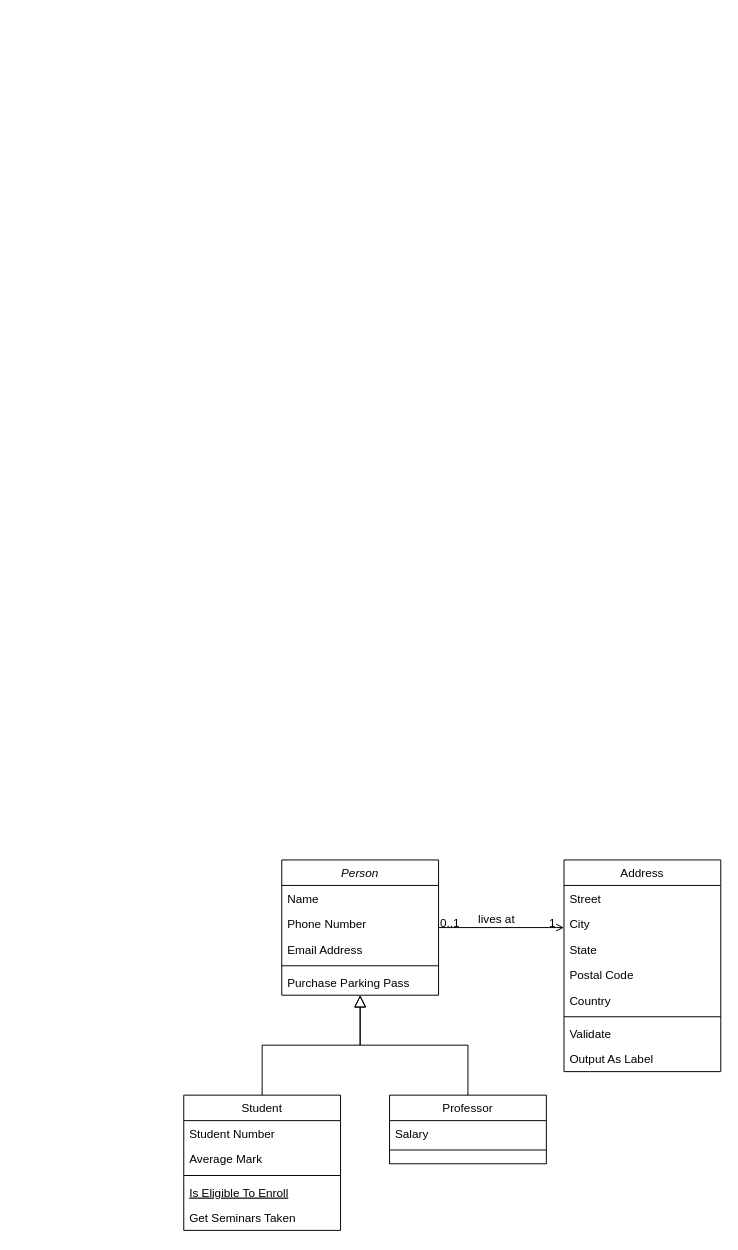
Before: Planet C.drawio in jodz4k/UML-diagrams, a draw.io diagram. Source tidied: cells renumbered, new cells numbered last; positions are measured from the earlier drawing's top-left corner, leaving out a move shared by most shapes. Both pictures are drawn from the tidied source at 98%, with x=0, y=0 at pixel (183, 859).
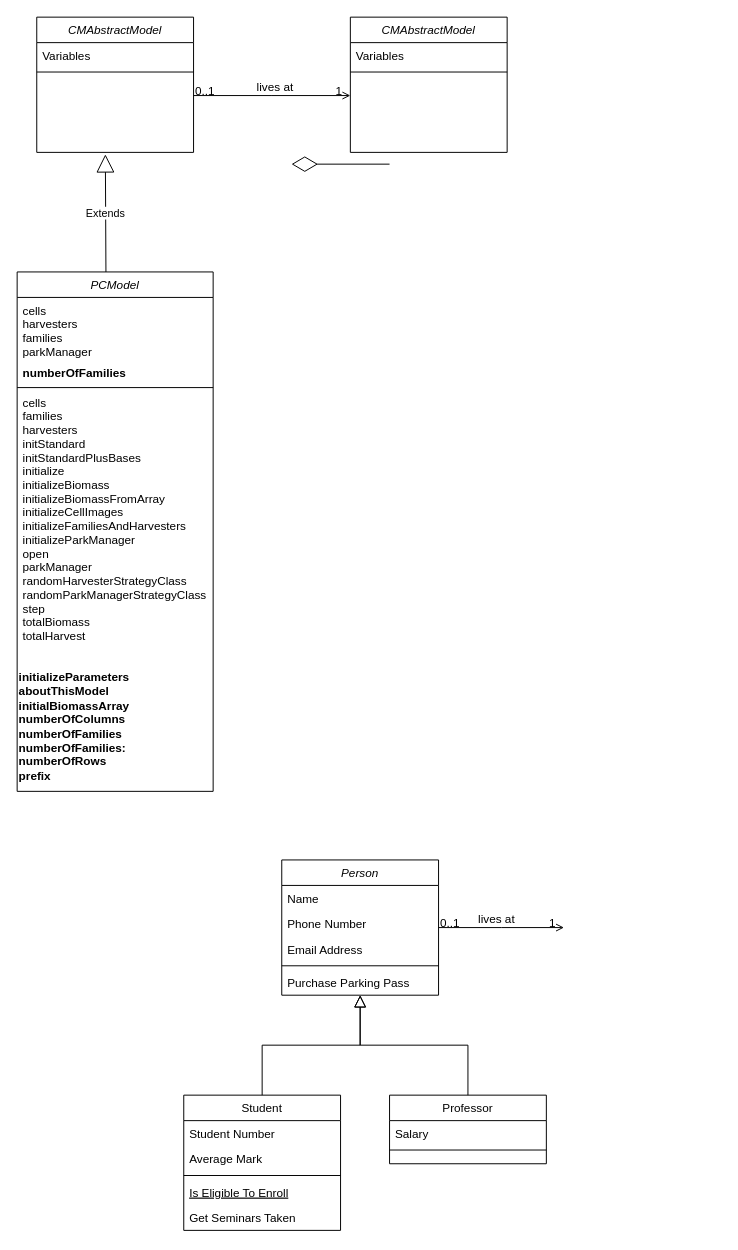
The same page after the edit.

Unchanged cells that the change refers to:
```xml
<mxCell id="2" value="Person" style="swimlane;fontStyle=2;align=center;verticalAlign=top;horizontal=1;startSize=26;rounded=0;shadow=0;strokeWidth=1;" parent="1" vertex="1">
  <mxGeometry x="100" width="160" height="138" as="geometry" />
</mxCell>
```

The edit, as a diff of the source:
```diff
@@
-    <mxCell id="19" value="Address" style="swimlane;fontStyle=0;align=center;verticalAlign=top;horizontal=1;startSize=26;rounded=0;shadow=0;strokeWidth=1;" parent="1" vertex="1">
-      <mxGeometry x="388" width="160" height="216" as="geometry" />
-    </mxCell>
-    <mxCell id="20" value="Street" style="text;align=left;verticalAlign=top;spacingLeft=4;spacingRight=4;overflow=hidden;" parent="19" vertex="1">
-      <mxGeometry y="26" width="160" height="26" as="geometry" />
-    </mxCell>
-    <mxCell id="21" value="City" style="text;align=left;verticalAlign=top;spacingLeft=4;spacingRight=4;overflow=hidden;rounded=0;shadow=0;html=0;" parent="19" vertex="1">
-      <mxGeometry y="52" width="160" height="26" as="geometry" />
-    </mxCell>
-    <mxCell id="22" value="State" style="text;align=left;verticalAlign=top;spacingLeft=4;spacingRight=4;overflow=hidden;rounded=0;shadow=0;html=0;" parent="19" vertex="1">
-      <mxGeometry y="78" width="160" height="26" as="geometry" />
-    </mxCell>
-    <mxCell id="23" value="Postal Code" style="text;align=left;verticalAlign=top;spacingLeft=4;spacingRight=4;overflow=hidden;rounded=0;shadow=0;html=0;" parent="19" vertex="1">
-      <mxGeometry y="104" width="160" height="26" as="geometry" />
-    </mxCell>
-    <mxCell id="24" value="Country" style="text;align=left;verticalAlign=top;spacingLeft=4;spacingRight=4;overflow=hidden;rounded=0;shadow=0;html=0;" parent="19" vertex="1">
-      <mxGeometry y="130" width="160" height="26" as="geometry" />
-    </mxCell>
-    <mxCell id="25" style="line;html=1;strokeWidth=1;align=left;verticalAlign=middle;spacingTop=-1;spacingLeft=3;spacingRight=3;labelPosition=right;" parent="19" vertex="1">
-      <mxGeometry y="156" width="160" height="8" as="geometry" />
-    </mxCell>
-    <mxCell id="26" value="Validate" style="text;align=left;verticalAlign=top;spacingLeft=4;spacingRight=4;overflow=hidden;" parent="19" vertex="1">
-      <mxGeometry y="164" width="160" height="26" as="geometry" />
-    </mxCell>
-    <mxCell id="27" value="Output As Label" style="text;align=left;verticalAlign=top;spacingLeft=4;spacingRight=4;overflow=hidden;" parent="19" vertex="1">
-      <mxGeometry y="190" width="160" height="26" as="geometry" />
-    </mxCell>
-    <mxCell id="28" style="endArrow=open;shadow=0;strokeWidth=1;rounded=0;curved=0;endFill=1;edgeStyle=elbowEdgeStyle;elbow=vertical;" parent="1" edge="1" source="2" target="19">
+    <mxCell id="28" style="endArrow=open;shadow=0;strokeWidth=1;rounded=0;curved=0;endFill=1;edgeStyle=elbowEdgeStyle;elbow=vertical;" parent="1" edge="1" source="2">
       <mxGeometry x="0.5" y="41" relative="1" as="geometry">
+        <mxPoint x="388" y="69" as="targetPoint" />
         <mxPoint x="-40" y="32" as="offset" />
       </mxGeometry>
     </mxCell>
@@
+    <mxCell id="32" value="PCModel" style="swimlane;fontStyle=2;align=center;verticalAlign=top;horizontal=1;startSize=26;rounded=0;shadow=0;strokeWidth=1;" parent="1" vertex="1">
+      <mxGeometry x="-170" y="-600" width="200" height="530" as="geometry" />
+    </mxCell>
+    <mxCell id="33" value="cells&#10;harvesters&#10;families&#10;parkManager&#10;" style="text;align=left;verticalAlign=top;spacingLeft=4;spacingRight=4;overflow=hidden;" parent="32" vertex="1">
+      <mxGeometry y="26" width="200" height="64" as="geometry" />
+    </mxCell>
+    <mxCell id="34" value="numberOfFamilies" style="text;align=left;verticalAlign=top;spacingLeft=4;spacingRight=4;overflow=hidden;rounded=0;shadow=0;html=0;fontStyle=1;" parent="32" vertex="1">
+      <mxGeometry y="90" width="200" height="26" as="geometry" />
+    </mxCell>
+    <mxCell id="35" style="line;html=1;strokeWidth=1;align=left;verticalAlign=middle;spacingTop=-1;spacingLeft=3;spacingRight=3;labelPosition=right;" parent="32" vertex="1">
+      <mxGeometry y="116" width="200" height="4" as="geometry" />
+    </mxCell>
+    <mxCell id="36" value="cells &#10;families&#10;harvesters&#10;initStandard&#10;initStandardPlusBases&#10;initialize&#10;initializeBiomass&#10;initializeBiomassFromArray&#10;initializeCellImages&#10;initializeFamiliesAndHarvesters&#10;initializeParkManager&#10;open&#10;parkManager&#10;randomHarvesterStrategyClass&#10;randomParkManagerStrategyClass&#10;step&#10;totalBiomass&#10;totalHarvest&#10;&#10;" style="text;align=left;verticalAlign=top;spacingLeft=4;spacingRight=4;overflow=hidden;points=[[0,0.5],[1,0.5]];portConstraint=eastwest;" parent="32" vertex="1">
+      <mxGeometry y="120" width="200" height="280" as="geometry" />
+    </mxCell>
+    <mxCell id="37" value="&lt;span style=&quot;text-wrap-mode: nowrap;&quot;&gt;&lt;b&gt;initializeParameters&lt;/b&gt;&lt;/span&gt;&lt;div&gt;&lt;span style=&quot;text-wrap-mode: nowrap;&quot;&gt;&lt;b&gt;aboutThisModel&lt;/b&gt;&lt;/span&gt;&lt;/div&gt;&lt;div&gt;&lt;span style=&quot;text-wrap-mode: nowrap;&quot;&gt;&lt;b&gt;initialBiomassArray&lt;/b&gt;&lt;/span&gt;&lt;/div&gt;&lt;div&gt;&lt;span style=&quot;text-wrap-mode: nowrap;&quot;&gt;&lt;b&gt;numberOfColumns&lt;/b&gt;&lt;/span&gt;&lt;/div&gt;&lt;div&gt;&lt;span style=&quot;text-wrap-mode: nowrap;&quot;&gt;&lt;b&gt;numberOfFamilies&lt;/b&gt;&lt;/span&gt;&lt;/div&gt;&lt;div&gt;&lt;span style=&quot;text-wrap-mode: nowrap;&quot;&gt;&lt;b&gt;numberOfFamilies:&lt;/b&gt;&lt;/span&gt;&lt;/div&gt;&lt;div&gt;&lt;span style=&quot;text-wrap-mode: nowrap;&quot;&gt;&lt;b&gt;numberOfRows&lt;/b&gt;&lt;/span&gt;&lt;/div&gt;&lt;div&gt;&lt;span style=&quot;text-wrap-mode: nowrap;&quot;&gt;&lt;b&gt;prefix&lt;/b&gt;&lt;/span&gt;&lt;/div&gt;" style="text;whiteSpace=wrap;html=1;" parent="32" vertex="1">
+      <mxGeometry y="400" width="200" height="130" as="geometry" />
+    </mxCell>
+    <mxCell id="38" style="edgeStyle=orthogonalEdgeStyle;rounded=0;orthogonalLoop=1;jettySize=auto;html=1;exitX=1;exitY=0.5;exitDx=0;exitDy=0;" parent="32" edge="1" source="36" target="36">
+      <mxGeometry relative="1" as="geometry" />
+    </mxCell>
+    <mxCell id="39" value="Extends" style="endArrow=block;endSize=16;endFill=0;html=1;rounded=0;exitX=0.453;exitY=0;exitDx=0;exitDy=0;exitPerimeter=0;" parent="1" edge="1" source="32">
+      <mxGeometry relative="1" as="geometry">
+        <mxPoint x="-80" y="-720" as="targetPoint" />
+      </mxGeometry>
+    </mxCell>
+    <mxCell id="40" value="CMAbstractModel" style="swimlane;fontStyle=2;align=center;verticalAlign=top;horizontal=1;startSize=26;rounded=0;shadow=0;strokeWidth=1;" parent="1" vertex="1">
+      <mxGeometry x="-150" y="-860" width="160" height="138" as="geometry" />
+    </mxCell>
+    <mxCell id="41" value="Variables" style="text;align=left;verticalAlign=top;spacingLeft=4;spacingRight=4;overflow=hidden;" parent="40" vertex="1">
+      <mxGeometry y="26" width="160" height="26" as="geometry" />
+    </mxCell>
+    <mxCell id="42" style="line;html=1;strokeWidth=1;align=left;verticalAlign=middle;spacingTop=-1;spacingLeft=3;spacingRight=3;labelPosition=right;" parent="40" vertex="1">
+      <mxGeometry y="52" width="160" height="8" as="geometry" />
+    </mxCell>
+    <mxCell id="43" value="CMAbstractModel" style="swimlane;fontStyle=2;align=center;verticalAlign=top;horizontal=1;startSize=26;rounded=0;shadow=0;strokeWidth=1;" parent="1" vertex="1">
+      <mxGeometry x="170" y="-860" width="160" height="138" as="geometry" />
+    </mxCell>
+    <mxCell id="44" value="Variables" style="text;align=left;verticalAlign=top;spacingLeft=4;spacingRight=4;overflow=hidden;" parent="43" vertex="1">
+      <mxGeometry y="26" width="160" height="26" as="geometry" />
+    </mxCell>
+    <mxCell id="45" style="line;html=1;strokeWidth=1;align=left;verticalAlign=middle;spacingTop=-1;spacingLeft=3;spacingRight=3;labelPosition=right;" parent="43" vertex="1">
+      <mxGeometry y="52" width="160" height="8" as="geometry" />
+    </mxCell>
+    <mxCell id="46" style="endArrow=open;shadow=0;strokeWidth=1;rounded=0;curved=0;endFill=1;edgeStyle=elbowEdgeStyle;elbow=vertical;" parent="1" edge="1">
+      <mxGeometry x="0.5" y="41" relative="1" as="geometry">
+        <mxPoint x="10" y="-780" as="sourcePoint" />
+        <mxPoint x="170" y="-780" as="targetPoint" />
+        <mxPoint x="-40" y="32" as="offset" />
+      </mxGeometry>
+    </mxCell>
+    <mxCell id="47" value="0..1" style="align=left;verticalAlign=bottom;labelBackgroundColor=none;fontSize=12;" parent="46" vertex="1">
+      <mxGeometry x="-1" relative="1" as="geometry">
+        <mxPoint y="4" as="offset" />
+      </mxGeometry>
+    </mxCell>
+    <mxCell id="48" value="1" style="align=right;verticalAlign=bottom;labelBackgroundColor=none;fontSize=12;" parent="46" vertex="1">
+      <mxGeometry x="1" relative="1" as="geometry">
+        <mxPoint x="-7" y="4" as="offset" />
+      </mxGeometry>
+    </mxCell>
+    <mxCell id="49" value="lives at" style="text;html=1;align=center;verticalAlign=middle;labelBackgroundColor=none;rounded=0;shadow=0;strokeWidth=1;fontSize=12;" parent="46" vertex="1">
+      <mxGeometry x="0.5" y="49" relative="1" as="geometry">
+        <mxPoint x="-38" y="40" as="offset" />
+      </mxGeometry>
+    </mxCell>
+    <mxCell id="50" style="endArrow=diamondThin;endFill=0;endSize=24;html=1;rounded=0;" parent="1" edge="1">
+      <mxGeometry relative="1" as="geometry">
+        <mxPoint x="210" y="-710" as="sourcePoint" />
+        <mxPoint x="110" y="-710" as="targetPoint" />
+      </mxGeometry>
+    </mxCell>
```
